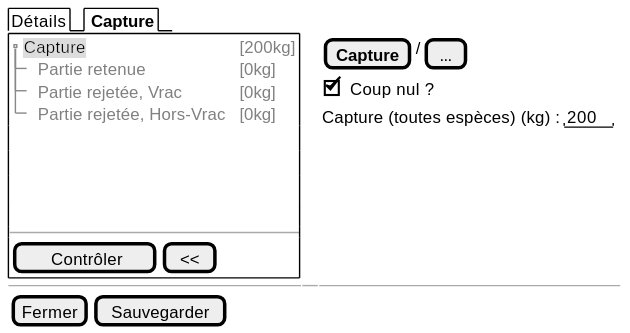
Above: projects/obsmer/spe/images/batch/batch-tree-null.svg in sumaris-net/sumaris-doc (PlantUML), before the change. Its diagram source:
```plantuml
@startsalt
{
  {/ Détails | <b> Capture }
  {+
    {T
         + <back:#DDD>Capture         | <color:grey>[200kg]
         ++ <color:grey>Partie retenue      | <color:grey>[0kg]
         ++ <color:grey>Partie rejetée, Vrac      | <color:grey>[0kg]
         ++ <color:grey>Partie rejetée, Hors-Vrac | <color:grey>[0kg]
    }
    .
    .
    .
    .
    --
    {
       [<&checkmark> Contrôler] | [ << ]
    }
  } | . | {

   { [<b>Capture] | / | [...]}

       {[X] Coup nul ? }
       {Capture (toutes espèces) (kg) : | " 200" }
  }

  -- | -- | --
  { [Fermer] | [Sauvegarder] }
}
@endsalt
```
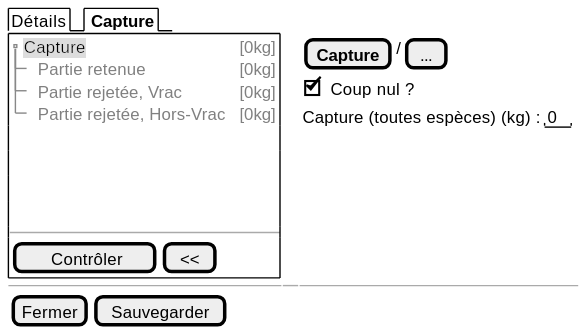
The same diagram one commit later.

Change to the diagram source:
```diff
@@ -3,7 +3,7 @@
   {/ Détails | <b> Capture }
   {+
     {T
-         + <back:#DDD>Capture         | <color:grey>[200kg]
+         + <back:#DDD>Capture         | <color:grey>[0kg]
          ++ <color:grey>Partie retenue      | <color:grey>[0kg]
          ++ <color:grey>Partie rejetée, Vrac      | <color:grey>[0kg]
          ++ <color:grey>Partie rejetée, Hors-Vrac | <color:grey>[0kg]
@@ -21,7 +21,7 @@
    { [<b>Capture] | / | [...]}
 
        {[X] Coup nul ? }
-       {Capture (toutes espèces) (kg) : | " 200" }
+       {Capture (toutes espèces) (kg) : | " 0" }
   }
 
   -- | -- | --
```
